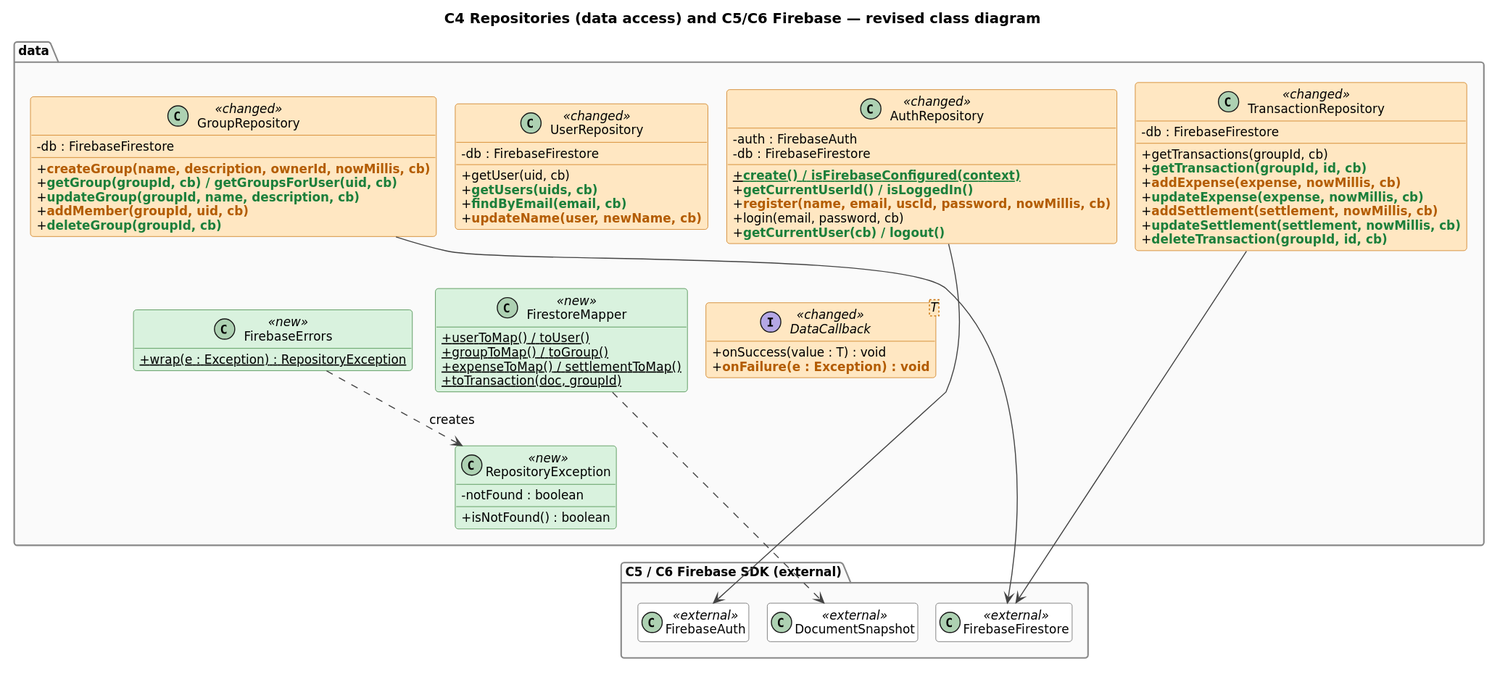
The PlantUML diagram docs/diagrams/class-c4.svg in AuxDevarapalli/CSCI310-Project, before a commit.
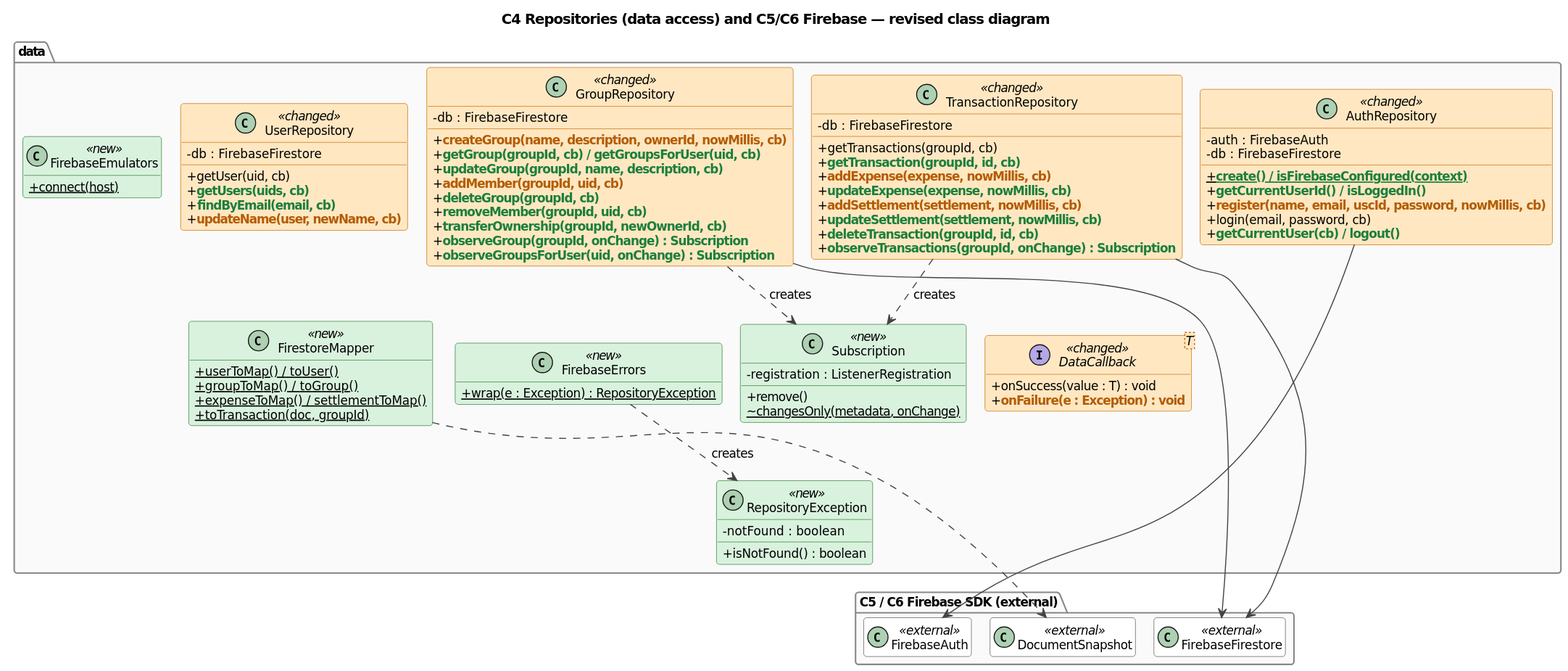
The same diagram one commit later.

The edit, as a diff of the source:
```diff
@@ -29,6 +29,10 @@
     +NEW(updateGroup(groupId, name, description, cb))
     +CHG(addMember(groupId, uid, cb))
     +NEW(deleteGroup(groupId, cb))
+    +NEW(removeMember(groupId, uid, cb))
+    +NEW(transferOwnership(groupId, newOwnerId, cb))
+    +NEW(observeGroup(groupId, onChange) : Subscription)
+    +NEW(observeGroupsForUser(uid, onChange) : Subscription)
   }
   class TransactionRepository <<changed>> {
     -db : FirebaseFirestore
@@ -39,6 +43,15 @@
     +CHG(addSettlement(settlement, nowMillis, cb))
     +NEW(updateSettlement(settlement, nowMillis, cb))
     +NEW(deleteTransaction(groupId, id, cb))
+    +NEW(observeTransactions(groupId, onChange) : Subscription)
+  }
+  class Subscription <<new>> {
+    -registration : ListenerRegistration
+    +remove()
+    ~{static} changesOnly(metadata, onChange)
+  }
+  class FirebaseEmulators <<new>> {
+    +{static} connect(host)
   }
   interface "DataCallback<T>" as DataCallback <<changed>> {
     +onSuccess(value : T) : void
@@ -73,5 +86,7 @@
 FirestoreMapper ..> DocumentSnapshot
 AuthRepository --> FirebaseAuth
 TransactionRepository --> FirebaseFirestore
+TransactionRepository ..> Subscription : creates
+GroupRepository ..> Subscription : creates
 GroupRepository --> FirebaseFirestore
 @enduml
```
